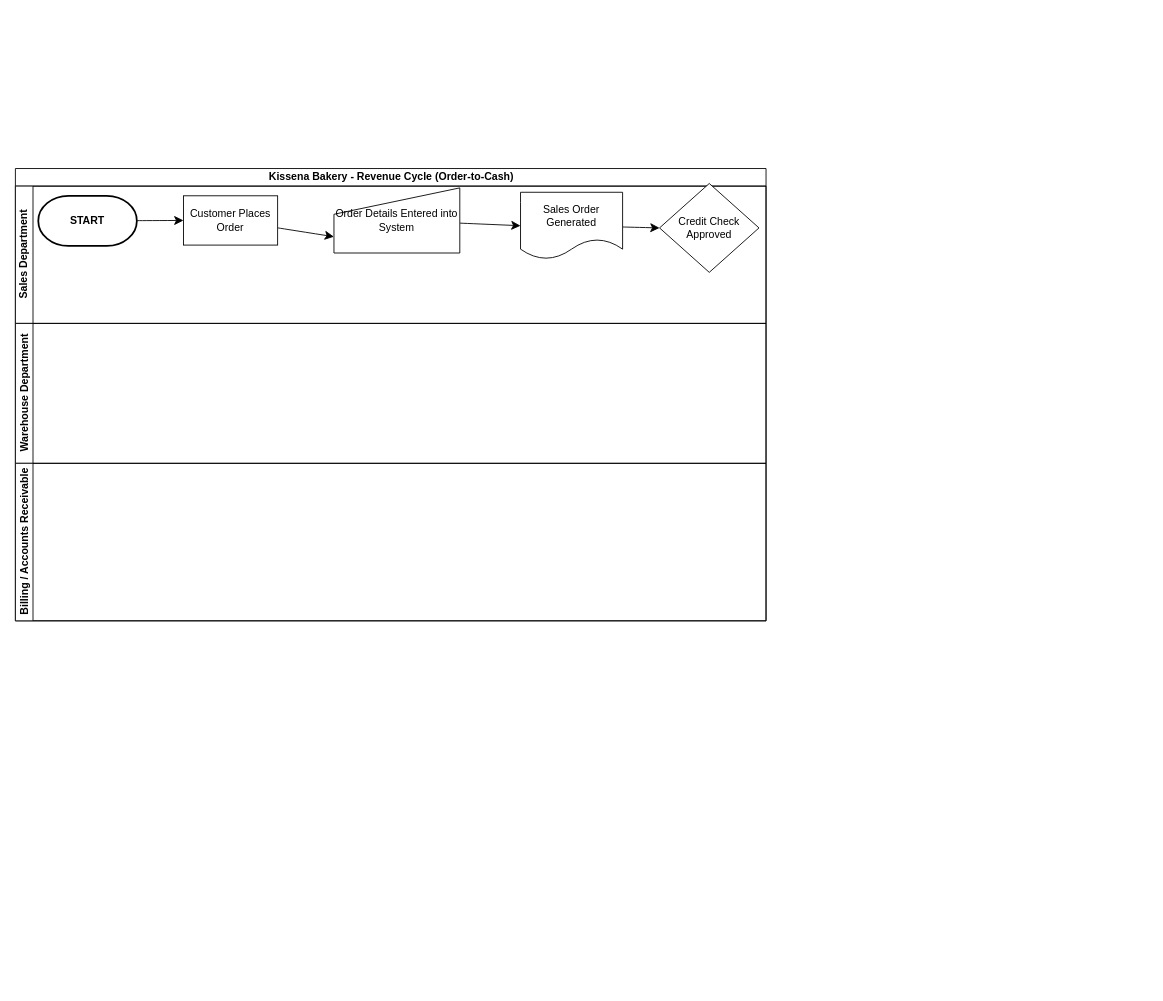
Before: page "Page 1" (1 of 2) of Revenue_Cycle_Controls.drawio in Yingyikuang/drawio, a draw.io diagram. Source tidied: cells renumbered, new cells numbered last; positions are measured from the earlier drawing's top-left corner, leaving out a move shared by most shapes. Both pictures are drawn from the tidied source at 88%, with x=0, y=0 at pixel (15, 168).
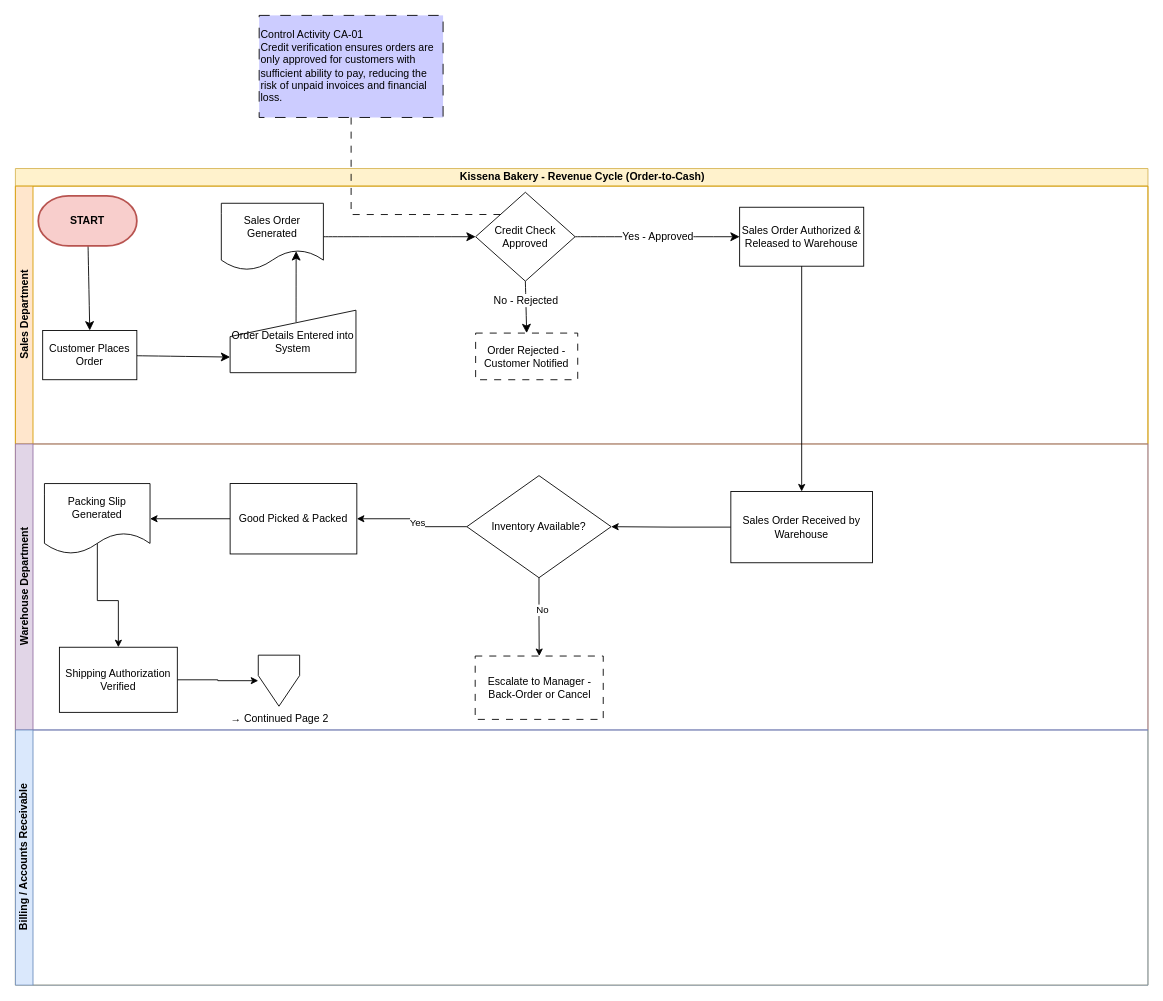
The same page after the edit.

Diff of the diagram source:
```diff
@@
-    <mxCell id="2" value="Kissena Bakery - Revenue Cycle (Order-to-Cash)" style="swimlane;horizontal=1;startSize=20;html=1;" parent="1" vertex="1">
-      <mxGeometry width="853" height="514" as="geometry" />
+    <mxCell id="2" value="Kissena Bakery - Revenue Cycle (Order-to-Cash)" style="swimlane;horizontal=1;startSize=20;html=1;fillColor=#fff2cc;strokeColor=#d6b656;" parent="1" vertex="1">
+      <mxGeometry width="1287" height="928" as="geometry" />
     </mxCell>
-    <mxCell id="3" value="Sales Department" style="swimlane;startSize=20;horizontal=0;html=1;" parent="2" vertex="1">
-      <mxGeometry y="20" width="853" height="156" as="geometry" />
+    <mxCell id="3" value="Sales Department" style="swimlane;startSize=20;horizontal=0;html=1;fillColor=#ffe6cc;strokeColor=#d79b00;" parent="2" vertex="1">
+      <mxGeometry y="20" width="1287" height="293" as="geometry" />
     </mxCell>
-    <mxCell id="4" style="edgeStyle=none;curved=1;rounded=0;jettySize=auto;html=1;entryX=0;entryY=0.5;entryDx=0;entryDy=0;fontSize=12;startSize=8;endSize=8;" parent="3" edge="1" source="5" target="7">
+    <mxCell id="4" style="edgeStyle=none;curved=1;rounded=0;jettySize=auto;html=1;entryX=0.5;entryY=0;entryDx=0;entryDy=0;fontSize=12;startSize=8;endSize=8;" parent="3" edge="1" source="5" target="7">
       <mxGeometry relative="1" as="geometry" />
     </mxCell>
-    <mxCell id="5" value="&lt;b&gt;START&lt;/b&gt;" style="strokeWidth=2;html=1;shape=mxgraph.flowchart.terminator;whiteSpace=wrap;" parent="3" vertex="1">
+    <mxCell id="5" value="&lt;b&gt;START&lt;/b&gt;" style="strokeWidth=2;html=1;shape=mxgraph.flowchart.terminator;whiteSpace=wrap;fillColor=#f8cecc;strokeColor=#b85450;" parent="3" vertex="1">
       <mxGeometry x="26" y="11" width="112" height="57" as="geometry" />
     </mxCell>
@@
     <mxCell id="7" value="Customer Places Order" style="rounded=0;whiteSpace=wrap;html=1;" parent="3" vertex="1">
-      <mxGeometry x="191" y="11" width="107" height="56" as="geometry" />
+      <mxGeometry x="31" y="164" width="107" height="56" as="geometry" />
     </mxCell>
-    <mxCell id="8" style="edgeStyle=none;curved=1;rounded=0;jettySize=auto;html=1;entryX=0;entryY=0.5;entryDx=0;entryDy=0;fontSize=12;startSize=8;endSize=8;" parent="3" edge="1" source="9" target="11">
-      <mxGeometry relative="1" as="geometry" />
-    </mxCell>
     <mxCell id="9" value="Order Details Entered into System" style="shape=manualInput;whiteSpace=wrap;html=1;" parent="3" vertex="1">
-      <mxGeometry x="362" y="2" width="143" height="74" as="geometry" />
+      <mxGeometry x="244" y="141" width="143" height="71" as="geometry" />
     </mxCell>
@@
     <mxCell id="11" value="Sales Order Generated" style="shape=document;whiteSpace=wrap;html=1;boundedLbl=1;" parent="3" vertex="1">
-      <mxGeometry x="574" y="7" width="116" height="76" as="geometry" />
+      <mxGeometry x="234" y="19.5" width="116" height="76" as="geometry" />
     </mxCell>
+    <mxCell id="15" style="edgeStyle=none;curved=1;rounded=0;jettySize=auto;html=1;fontSize=12;startSize=8;endSize=8;exitX=0.5;exitY=1;exitDx=0;exitDy=0;entryX=0.5;entryY=0;entryDx=0;entryDy=0;" parent="3" edge="1" source="12" target="19">
+      <mxGeometry relative="1" as="geometry" />
+    </mxCell>
+    <mxCell id="16" value="No - Rejected" style="edgeLabel;html=1;align=center;verticalAlign=middle;fontSize=12;" parent="15" vertex="1">
+      <mxGeometry x="-0.28" y="-1" relative="1" as="geometry" />
+    </mxCell>
+    <mxCell id="17" style="edgeStyle=none;curved=1;rounded=0;jettySize=auto;html=1;entryX=0;entryY=0.5;entryDx=0;entryDy=0;fontSize=12;startSize=8;endSize=8;" parent="3" edge="1" source="12" target="20">
+      <mxGeometry relative="1" as="geometry" />
+    </mxCell>
+    <mxCell id="18" value="Yes - Approved" style="edgeLabel;html=1;align=center;verticalAlign=middle;fontSize=12;" parent="17" vertex="1">
+      <mxGeometry x="-0.01" relative="1" as="geometry" />
+    </mxCell>
     <mxCell id="12" value="Credit Check Approved" style="rhombus;whiteSpace=wrap;html=1;" parent="3" vertex="1">
-      <mxGeometry x="732" y="-3" width="113" height="101" as="geometry" />
+      <mxGeometry x="523" y="7" width="113" height="101" as="geometry" />
     </mxCell>
+    <mxCell id="19" value="Order Rejected - Customer Notified" style="html=1;dashed=1;whiteSpace=wrap;dashPattern=8 8;" parent="3" vertex="1">
+      <mxGeometry x="523" y="167" width="116" height="53" as="geometry" />
+    </mxCell>
+    <mxCell id="20" value="Sales Order Authorized &amp;amp; Released to Warehouse" style="html=1;dashed=0;whiteSpace=wrap;" parent="3" vertex="1">
+      <mxGeometry x="823" y="24" width="141" height="67" as="geometry" />
+    </mxCell>
+    <mxCell id="8" style="edgeStyle=none;curved=1;rounded=0;jettySize=auto;html=1;entryX=0.733;entryY=0.717;entryDx=0;entryDy=0;entryPerimeter=0;fontSize=12;startSize=8;endSize=8;exitX=0.524;exitY=0.19;exitDx=0;exitDy=0;exitPerimeter=0;" parent="3" edge="1" source="9" target="11">
+      <mxGeometry relative="1" as="geometry" />
+    </mxCell>
-    <mxCell id="13" value="Warehouse Department" style="swimlane;startSize=20;horizontal=0;html=1;" parent="2" vertex="1">
-      <mxGeometry y="176" width="853" height="159" as="geometry" />
+    <mxCell id="13" value="Warehouse Department" style="swimlane;startSize=20;horizontal=0;html=1;fillColor=#e1d5e7;strokeColor=#9673a6;" parent="2" vertex="1">
+      <mxGeometry y="313" width="1287" height="325" as="geometry" />
     </mxCell>
+    <mxCell id="21" style="edgeStyle=orthogonalEdgeStyle;rounded=0;jettySize=auto;html=1;entryX=1;entryY=0.5;entryDx=0;entryDy=0;" parent="13" edge="1" source="22" target="27">
+      <mxGeometry relative="1" as="geometry" />
+    </mxCell>
+    <mxCell id="22" value="Sales Order Received by Warehouse" style="rounded=0;whiteSpace=wrap;html=1;" parent="13" vertex="1">
+      <mxGeometry x="813" y="54" width="161" height="81" as="geometry" />
+    </mxCell>
+    <mxCell id="23" style="edgeStyle=orthogonalEdgeStyle;rounded=0;jettySize=auto;html=1;entryX=0.5;entryY=0;entryDx=0;entryDy=0;" parent="13" edge="1" source="27" target="28">
+      <mxGeometry relative="1" as="geometry" />
+    </mxCell>
+    <mxCell id="24" value="No" style="edgeLabel;html=1;align=center;verticalAlign=middle;" parent="23" vertex="1">
+      <mxGeometry x="-0.19" y="3" relative="1" as="geometry" />
+    </mxCell>
+    <mxCell id="25" style="edgeStyle=orthogonalEdgeStyle;rounded=0;jettySize=auto;html=1;" parent="13" edge="1" source="27" target="30">
+      <mxGeometry relative="1" as="geometry" />
+    </mxCell>
+    <mxCell id="26" value="Yes" style="edgeLabel;html=1;align=center;verticalAlign=middle;" parent="25" vertex="1">
+      <mxGeometry x="-0.15" y="-5" relative="1" as="geometry" />
+    </mxCell>
+    <mxCell id="27" value="Inventory Available?" style="rhombus;whiteSpace=wrap;html=1;" parent="13" vertex="1">
+      <mxGeometry x="513" y="36" width="164" height="116" as="geometry" />
+    </mxCell>
+    <mxCell id="28" value="Escalate to Manager - Back-Order or Cancel" style="rounded=0;whiteSpace=wrap;html=1;dashed=1;dashPattern=8 8;" parent="13" vertex="1">
+      <mxGeometry x="522.5" y="241" width="145.5" height="72" as="geometry" />
+    </mxCell>
+    <mxCell id="29" style="edgeStyle=orthogonalEdgeStyle;rounded=0;jettySize=auto;html=1;entryX=1;entryY=0.5;entryDx=0;entryDy=0;" parent="13" edge="1" source="30" target="32">
+      <mxGeometry relative="1" as="geometry" />
+    </mxCell>
+    <mxCell id="30" value="Good Picked &amp;amp; Packed" style="rounded=0;whiteSpace=wrap;html=1;" parent="13" vertex="1">
+      <mxGeometry x="244" y="45" width="144" height="80" as="geometry" />
+    </mxCell>
+    <mxCell id="31" style="edgeStyle=orthogonalEdgeStyle;rounded=0;jettySize=auto;html=1;entryX=0.5;entryY=0;entryDx=0;entryDy=0;exitX=0.501;exitY=0.813;exitDx=0;exitDy=0;exitPerimeter=0;" parent="13" edge="1" source="32" target="34">
+      <mxGeometry relative="1" as="geometry" />
+    </mxCell>
+    <mxCell id="32" value="Packing Slip Generated" style="shape=document;whiteSpace=wrap;html=1;boundedLbl=1;" parent="13" vertex="1">
+      <mxGeometry x="33" y="45" width="120" height="80" as="geometry" />
+    </mxCell>
+    <mxCell id="33" style="edgeStyle=orthogonalEdgeStyle;rounded=0;jettySize=auto;html=1;entryX=0;entryY=0.5;entryDx=0;entryDy=0;" parent="13" edge="1" source="34" target="35">
+      <mxGeometry relative="1" as="geometry" />
+    </mxCell>
+    <mxCell id="34" value="Shipping Authorization Verified" style="rounded=0;whiteSpace=wrap;html=1;" parent="13" vertex="1">
+      <mxGeometry x="50" y="231" width="134" height="74" as="geometry" />
+    </mxCell>
+    <mxCell id="35" value="→ Continued Page 2" style="verticalLabelPosition=bottom;verticalAlign=top;html=1;shape=offPageConnector;rounded=0;size=0.6003134796238276;fontStyle=0;" parent="13" vertex="1">
+      <mxGeometry x="276" y="240" width="47" height="58" as="geometry" />
+    </mxCell>
-    <mxCell id="14" value="Billing / Accounts Receivable" style="swimlane;startSize=20;horizontal=0;html=1;" parent="2" vertex="1">
-      <mxGeometry y="335" width="853" height="179" as="geometry" />
+    <mxCell id="14" value="Billing / Accounts Receivable" style="swimlane;startSize=20;horizontal=0;html=1;fillColor=#dae8fc;strokeColor=#6c8ebf;" parent="2" vertex="1">
+      <mxGeometry y="638" width="1287" height="290" as="geometry" />
     </mxCell>
+    <mxCell id="36" style="edgeStyle=orthogonalEdgeStyle;rounded=0;jettySize=auto;html=1;" parent="2" edge="1" source="20" target="22">
+      <mxGeometry relative="1" as="geometry" />
+    </mxCell>
+    <mxCell id="37" value="&lt;span&gt;Control Activity CA-01&lt;/span&gt;&lt;br&gt;&lt;span&gt;Credit verification ensures orders are only approved for customers with sufficient ability to pay, reducing the risk of unpaid invoices and financial loss.&lt;/span&gt;" style="rounded=0;whiteSpace=wrap;html=1;dashed=1;dashPattern=12 12;fillColor=#CCCCFF;align=left;" parent="1" vertex="1">
+      <mxGeometry x="277" y="-174" width="209" height="116" as="geometry" />
+    </mxCell>
+    <mxCell id="38" style="rounded=0;jettySize=auto;html=1;exitX=0;exitY=0;exitDx=0;exitDy=0;entryX=0.5;entryY=1;entryDx=0;entryDy=0;edgeStyle=orthogonalEdgeStyle;dashPattern=8 8;dashed=1;endArrow=none;endFill=0;" parent="1" edge="1" source="12" target="37">
+      <mxGeometry relative="1" as="geometry" />
+    </mxCell>
```
